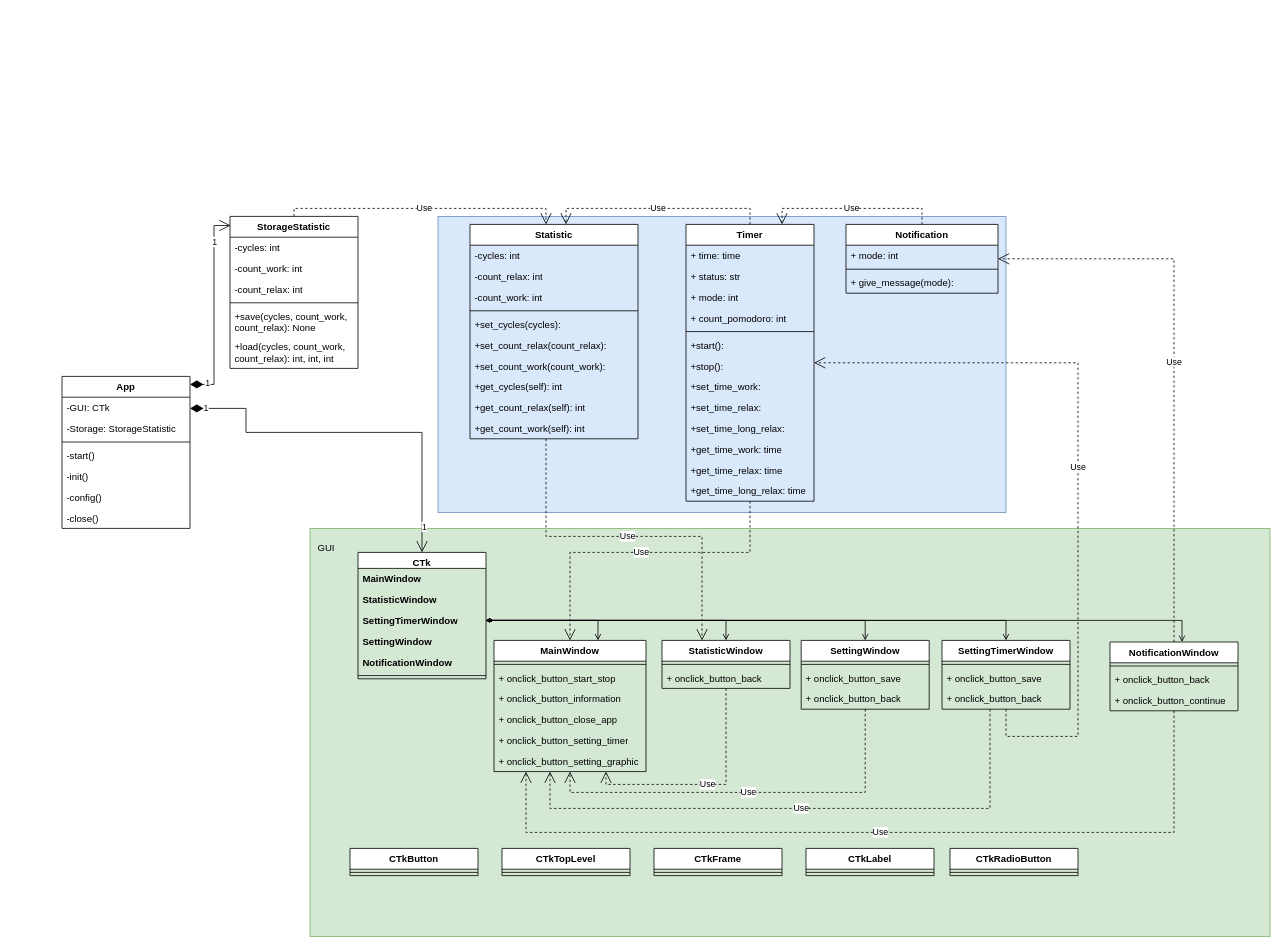
Above: resources/class diagrams.drawio in suchok94/project_tomato (draw.io), before the change. Source tidied: cells renumbered, new cells numbered last; positions are measured from the earlier drawing's top-left corner, leaving out a move shared by most shapes. Both pictures are drawn from the tidied source at 80%, with x=0, y=0 at pixel (62, 208).
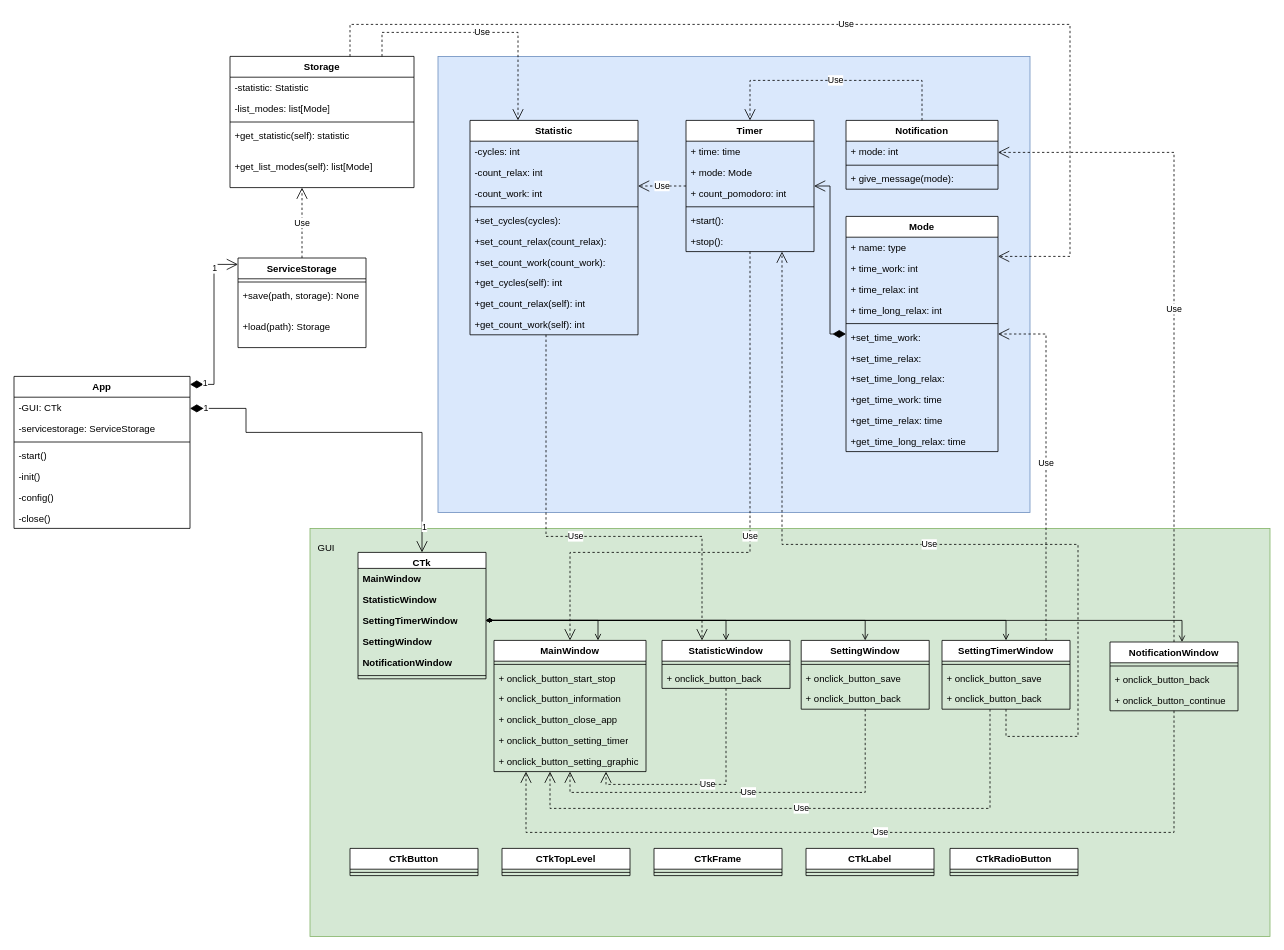
Above is the later version.

Commit message:
change diargamm classes

The change refers to these unchanged cells:
```xml
<mxCell id="39" value="SettingTimerWindow" style="swimlane;fontStyle=1;align=center;verticalAlign=top;horizontal=1;startSize=26;whiteSpace=wrap;html=1;" parent="1" vertex="1">
  <mxGeometry x="1100" y="540" width="160" height="86" as="geometry" />
</mxCell>
<mxCell id="101" value="NotificationWindow" style="swimlane;fontStyle=1;align=center;verticalAlign=top;horizontal=1;startSize=26;whiteSpace=wrap;html=1;" parent="1" vertex="1">
  <mxGeometry x="1310" y="542" width="160" height="86" as="geometry" />
</mxCell>
```

The edit, as a diff of the source:
```diff
@@
     <mxCell id="2" style="rounded=0;whiteSpace=wrap;html=1;fillColor=#dae8fc;strokeColor=#6c8ebf;" parent="1" vertex="1">
-      <mxGeometry x="470" y="10" width="710" height="370" as="geometry" />
+      <mxGeometry x="470" y="-190" width="740" height="570" as="geometry" />
     </mxCell>
@@
     <mxCell id="4" value="Timer" style="swimlane;fontStyle=1;align=center;verticalAlign=top;horizontal=1;startSize=26;whiteSpace=wrap;html=1;" parent="1" vertex="1">
-      <mxGeometry x="780" y="20" width="160" height="346" as="geometry" />
+      <mxGeometry x="780" y="-110" width="160" height="164" as="geometry" />
     </mxCell>
@@
-    <mxCell id="6" value="+ status: str" style="text;strokeColor=none;fillColor=none;align=left;verticalAlign=top;spacingLeft=4;spacingRight=4;overflow=hidden;whiteSpace=wrap;html=1;" parent="4" vertex="1">
-      <mxGeometry y="52" width="160" height="26" as="geometry" />
-    </mxCell>
-    <mxCell id="7" value="+ mode: int" style="text;strokeColor=none;fillColor=none;align=left;verticalAlign=top;spacingLeft=4;spacingRight=4;overflow=hidden;whiteSpace=wrap;html=1;" parent="4" vertex="1">
-      <mxGeometry y="78" width="160" height="26" as="geometry" />
+    <mxCell id="7" value="+ mode: Mode" style="text;strokeColor=none;fillColor=none;align=left;verticalAlign=top;spacingLeft=4;spacingRight=4;overflow=hidden;whiteSpace=wrap;html=1;" parent="4" vertex="1">
+      <mxGeometry y="52" width="160" height="26" as="geometry" />
     </mxCell>
     <mxCell id="8" value="+ count_pomodoro: int" style="text;strokeColor=none;fillColor=none;align=left;verticalAlign=top;spacingLeft=4;spacingRight=4;overflow=hidden;whiteSpace=wrap;html=1;" parent="4" vertex="1">
-      <mxGeometry y="104" width="160" height="26" as="geometry" />
+      <mxGeometry y="78" width="160" height="26" as="geometry" />
     </mxCell>
     <mxCell id="9" style="line;strokeWidth=1;fillColor=none;align=left;verticalAlign=middle;spacingTop=-1;spacingLeft=3;spacingRight=3;labelPosition=right;strokeColor=inherit;" parent="4" vertex="1">
-      <mxGeometry y="130" width="160" height="8" as="geometry" />
+      <mxGeometry y="104" width="160" height="8" as="geometry" />
     </mxCell>
     <mxCell id="10" value="+start():&amp;nbsp;" style="text;strokeColor=none;fillColor=none;align=left;verticalAlign=top;spacingLeft=4;spacingRight=4;overflow=hidden;whiteSpace=wrap;html=1;" parent="4" vertex="1">
-      <mxGeometry y="138" width="160" height="26" as="geometry" />
+      <mxGeometry y="112" width="160" height="26" as="geometry" />
     </mxCell>
     <mxCell id="11" value="+stop():&amp;nbsp;" style="text;strokeColor=none;fillColor=none;align=left;verticalAlign=top;spacingLeft=4;spacingRight=4;overflow=hidden;whiteSpace=wrap;html=1;" parent="4" vertex="1">
-      <mxGeometry y="164" width="160" height="26" as="geometry" />
+      <mxGeometry y="138" width="160" height="26" as="geometry" />
     </mxCell>
-    <mxCell id="12" value="+set_time_work:&amp;nbsp;" style="text;strokeColor=none;fillColor=none;align=left;verticalAlign=top;spacingLeft=4;spacingRight=4;overflow=hidden;whiteSpace=wrap;html=1;" parent="4" vertex="1">
-      <mxGeometry y="190" width="160" height="26" as="geometry" />
-    </mxCell>
-    <mxCell id="13" value="+set_time_relax:&amp;nbsp;" style="text;strokeColor=none;fillColor=none;align=left;verticalAlign=top;spacingLeft=4;spacingRight=4;overflow=hidden;whiteSpace=wrap;html=1;" parent="4" vertex="1">
-      <mxGeometry y="216" width="160" height="26" as="geometry" />
-    </mxCell>
-    <mxCell id="14" value="+set_time_long_relax:&amp;nbsp;" style="text;strokeColor=none;fillColor=none;align=left;verticalAlign=top;spacingLeft=4;spacingRight=4;overflow=hidden;whiteSpace=wrap;html=1;" parent="4" vertex="1">
-      <mxGeometry y="242" width="160" height="26" as="geometry" />
-    </mxCell>
-    <mxCell id="15" value="+get_time_work: time" style="text;strokeColor=none;fillColor=none;align=left;verticalAlign=top;spacingLeft=4;spacingRight=4;overflow=hidden;whiteSpace=wrap;html=1;" parent="4" vertex="1">
-      <mxGeometry y="268" width="160" height="26" as="geometry" />
-    </mxCell>
-    <mxCell id="16" value="+get_time_relax: time" style="text;strokeColor=none;fillColor=none;align=left;verticalAlign=top;spacingLeft=4;spacingRight=4;overflow=hidden;whiteSpace=wrap;html=1;" parent="4" vertex="1">
-      <mxGeometry y="294" width="160" height="26" as="geometry" />
-    </mxCell>
-    <mxCell id="17" value="+get_time_long_relax: time" style="text;strokeColor=none;fillColor=none;align=left;verticalAlign=top;spacingLeft=4;spacingRight=4;overflow=hidden;whiteSpace=wrap;html=1;" parent="4" vertex="1">
-      <mxGeometry y="320" width="160" height="26" as="geometry" />
-    </mxCell>
-    <mxCell id="18" value="StorageStatistic" style="swimlane;fontStyle=1;align=center;verticalAlign=top;horizontal=1;startSize=26;whiteSpace=wrap;html=1;" parent="1" vertex="1">
-      <mxGeometry x="210" y="10" width="160" height="190" as="geometry" />
+    <mxCell id="18" value="Storage" style="swimlane;fontStyle=1;align=center;verticalAlign=top;horizontal=1;startSize=26;whiteSpace=wrap;html=1;" parent="1" vertex="1">
+      <mxGeometry x="210" y="-190" width="230" height="164" as="geometry" />
     </mxCell>
-    <mxCell id="19" value="-c&lt;span style=&quot;white-space-collapse: preserve;&quot; class=&quot;EzKURWReUAB5oZgtQNkl&quot;&gt;ycles&lt;/span&gt;: int" style="text;strokeColor=none;fillColor=none;align=left;verticalAlign=top;spacingLeft=4;spacingRight=4;overflow=hidden;whiteSpace=wrap;html=1;" parent="18" vertex="1">
-      <mxGeometry y="26" width="160" height="26" as="geometry" />
+    <mxCell id="19" value="-statistic: Statistic" style="text;strokeColor=none;fillColor=none;align=left;verticalAlign=top;spacingLeft=4;spacingRight=4;overflow=hidden;whiteSpace=wrap;html=1;" parent="18" vertex="1">
+      <mxGeometry y="26" width="230" height="26" as="geometry" />
     </mxCell>
-    <mxCell id="20" value="-count_work: int" style="text;strokeColor=none;fillColor=none;align=left;verticalAlign=top;spacingLeft=4;spacingRight=4;overflow=hidden;whiteSpace=wrap;html=1;" parent="18" vertex="1">
-      <mxGeometry y="52" width="160" height="26" as="geometry" />
+    <mxCell id="20" value="-list_modes: list[Mode]" style="text;strokeColor=none;fillColor=none;align=left;verticalAlign=top;spacingLeft=4;spacingRight=4;overflow=hidden;whiteSpace=wrap;html=1;" parent="18" vertex="1">
+      <mxGeometry y="52" width="230" height="26" as="geometry" />
     </mxCell>
-    <mxCell id="21" value="-count_relax: int" style="text;strokeColor=none;fillColor=none;align=left;verticalAlign=top;spacingLeft=4;spacingRight=4;overflow=hidden;whiteSpace=wrap;html=1;" parent="18" vertex="1">
-      <mxGeometry y="78" width="160" height="26" as="geometry" />
-    </mxCell>
     <mxCell id="22" style="line;strokeWidth=1;fillColor=none;align=left;verticalAlign=middle;spacingTop=-1;spacingLeft=3;spacingRight=3;labelPosition=right;strokeColor=inherit;" parent="18" vertex="1">
-      <mxGeometry y="104" width="160" height="8" as="geometry" />
+      <mxGeometry y="78" width="230" height="8" as="geometry" />
     </mxCell>
-    <mxCell id="23" value="+save(c&lt;span style=&quot;white-space-collapse: preserve;&quot; class=&quot;EzKURWReUAB5oZgtQNkl&quot;&gt;ycles&lt;/span&gt;, count_work, count_relax): None" style="text;strokeColor=none;fillColor=none;align=left;verticalAlign=top;spacingLeft=4;spacingRight=4;overflow=hidden;whiteSpace=wrap;html=1;" parent="18" vertex="1">
-      <mxGeometry y="112" width="160" height="38" as="geometry" />
+    <mxCell id="23" value="+get_statistic(self): statistic" style="text;strokeColor=none;fillColor=none;align=left;verticalAlign=top;spacingLeft=4;spacingRight=4;overflow=hidden;whiteSpace=wrap;html=1;" parent="18" vertex="1">
+      <mxGeometry y="86" width="230" height="38" as="geometry" />
     </mxCell>
-    <mxCell id="24" value="&lt;div&gt;+load&lt;span style=&quot;background-color: initial;&quot;&gt;(&lt;/span&gt;c&lt;span style=&quot;white-space-collapse: preserve;&quot; class=&quot;EzKURWReUAB5oZgtQNkl&quot;&gt;ycles&lt;/span&gt;&lt;span style=&quot;background-color: initial;&quot;&gt;, count_work, count_relax)&lt;/span&gt;&lt;span style=&quot;background-color: initial;&quot;&gt;: int, int, int&lt;/span&gt;&lt;/div&gt;" style="text;strokeColor=none;fillColor=none;align=left;verticalAlign=top;spacingLeft=4;spacingRight=4;overflow=hidden;whiteSpace=wrap;html=1;" parent="18" vertex="1">
-      <mxGeometry y="150" width="160" height="40" as="geometry" />
+    <mxCell id="24" value="&lt;div&gt;+get_list_modes&lt;span style=&quot;background-color: initial;&quot;&gt;(self&lt;/span&gt;&lt;span style=&quot;background-color: initial;&quot;&gt;)&lt;/span&gt;&lt;span style=&quot;background-color: initial;&quot;&gt;: list[Mode]&lt;/span&gt;&lt;/div&gt;" style="text;strokeColor=none;fillColor=none;align=left;verticalAlign=top;spacingLeft=4;spacingRight=4;overflow=hidden;whiteSpace=wrap;html=1;" parent="18" vertex="1">
+      <mxGeometry y="124" width="230" height="40" as="geometry" />
     </mxCell>
@@
     <mxCell id="43" value="App" style="swimlane;fontStyle=1;align=center;verticalAlign=top;horizontal=1;startSize=26;whiteSpace=wrap;html=1;" parent="1" vertex="1">
-      <mxGeometry y="210" width="160" height="190" as="geometry" />
+      <mxGeometry x="-60" y="210" width="220" height="190" as="geometry" />
     </mxCell>
     <mxCell id="44" value="-GUI: CTk" style="text;strokeColor=none;fillColor=none;align=left;verticalAlign=top;spacingLeft=4;spacingRight=4;overflow=hidden;whiteSpace=wrap;html=1;" parent="43" vertex="1">
-      <mxGeometry y="26" width="160" height="26" as="geometry" />
+      <mxGeometry y="26" width="220" height="26" as="geometry" />
     </mxCell>
-    <mxCell id="45" value="-Storage: StorageStatistic" style="text;strokeColor=none;fillColor=none;align=left;verticalAlign=top;spacingLeft=4;spacingRight=4;overflow=hidden;whiteSpace=wrap;html=1;" parent="43" vertex="1">
-      <mxGeometry y="52" width="160" height="26" as="geometry" />
+    <mxCell id="45" value="-servicestorage: ServiceStorage" style="text;strokeColor=none;fillColor=none;align=left;verticalAlign=top;spacingLeft=4;spacingRight=4;overflow=hidden;whiteSpace=wrap;html=1;" parent="43" vertex="1">
+      <mxGeometry y="52" width="220" height="26" as="geometry" />
     </mxCell>
     <mxCell id="46" style="line;strokeWidth=1;fillColor=none;align=left;verticalAlign=middle;spacingTop=-1;spacingLeft=3;spacingRight=3;labelPosition=right;strokeColor=inherit;" parent="43" vertex="1">
-      <mxGeometry y="78" width="160" height="8" as="geometry" />
+      <mxGeometry y="78" width="220" height="8" as="geometry" />
     </mxCell>
     <mxCell id="47" value="-start()" style="text;strokeColor=none;fillColor=none;align=left;verticalAlign=top;spacingLeft=4;spacingRight=4;overflow=hidden;whiteSpace=wrap;html=1;" parent="43" vertex="1">
-      <mxGeometry y="86" width="160" height="26" as="geometry" />
+      <mxGeometry y="86" width="220" height="26" as="geometry" />
     </mxCell>
     <mxCell id="48" value="-init()" style="text;strokeColor=none;fillColor=none;align=left;verticalAlign=top;spacingLeft=4;spacingRight=4;overflow=hidden;whiteSpace=wrap;html=1;" parent="43" vertex="1">
-      <mxGeometry y="112" width="160" height="26" as="geometry" />
+      <mxGeometry y="112" width="220" height="26" as="geometry" />
     </mxCell>
     <mxCell id="49" value="-config()" style="text;strokeColor=none;fillColor=none;align=left;verticalAlign=top;spacingLeft=4;spacingRight=4;overflow=hidden;whiteSpace=wrap;html=1;" parent="43" vertex="1">
-      <mxGeometry y="138" width="160" height="26" as="geometry" />
+      <mxGeometry y="138" width="220" height="26" as="geometry" />
     </mxCell>
     <mxCell id="50" value="-close()" style="text;strokeColor=none;fillColor=none;align=left;verticalAlign=top;spacingLeft=4;spacingRight=4;overflow=hidden;whiteSpace=wrap;html=1;" parent="43" vertex="1">
-      <mxGeometry y="164" width="160" height="26" as="geometry" />
+      <mxGeometry y="164" width="220" height="26" as="geometry" />
     </mxCell>
@@
     <mxCell id="59" value="Statistic" style="swimlane;fontStyle=1;align=center;verticalAlign=top;horizontal=1;startSize=26;whiteSpace=wrap;html=1;" parent="1" vertex="1">
-      <mxGeometry x="510" y="20" width="210" height="268" as="geometry" />
+      <mxGeometry x="510" y="-110" width="210" height="268" as="geometry" />
     </mxCell>
@@
-    <mxCell id="80" style="endArrow=open;html=1;endSize=12;startArrow=diamondThin;startSize=14;startFill=1;edgeStyle=orthogonalEdgeStyle;align=left;verticalAlign=bottom;rounded=0;entryX=0.005;entryY=0.06;entryDx=0;entryDy=0;entryPerimeter=0;" parent="1" edge="1" source="43" target="18">
+    <mxCell id="80" style="endArrow=open;html=1;endSize=12;startArrow=diamondThin;startSize=14;startFill=1;edgeStyle=orthogonalEdgeStyle;align=left;verticalAlign=bottom;rounded=0;" parent="1" edge="1" source="43" target="110">
       <mxGeometry x="-1" y="3" relative="1" as="geometry">
         <Array as="points">
           <mxPoint x="190" y="220" />
-          <mxPoint x="190" y="21" />
+          <mxPoint x="190" y="70" />
         </Array>
       </mxGeometry>
     </mxCell>
@@
     <mxCell id="89" value="Use" style="endArrow=open;endSize=12;dashed=1;html=1;rounded=0;edgeStyle=orthogonalEdgeStyle;" parent="1" edge="1" source="18" target="59">
       <mxGeometry relative="1" as="geometry">
         <Array as="points">
-          <mxPoint x="290" />
+          <mxPoint x="400" y="-220" />
+          <mxPoint x="570" y="-220" />
+          <mxPoint x="570" />
           <mxPoint x="605" />
         </Array>
       </mxGeometry>
     </mxCell>
@@
     <mxCell id="91" value="Use" style="endArrow=open;endSize=12;dashed=1;html=1;rounded=0;edgeStyle=orthogonalEdgeStyle;" parent="1" edge="1" source="39" target="4">
       <mxGeometry relative="1" as="geometry">
         <Array as="points">
           <mxPoint x="1180" y="660" />
           <mxPoint x="1270" y="660" />
-          <mxPoint x="1270" y="193" />
+          <mxPoint x="1270" y="420" />
+          <mxPoint x="900" y="420" />
         </Array>
       </mxGeometry>
     </mxCell>
@@
     <mxCell id="97" value="&lt;span style=&quot;white-space-collapse: preserve;&quot; class=&quot;EzKURWReUAB5oZgtQNkl&quot;&gt;Notification&lt;/span&gt;" style="swimlane;fontStyle=1;align=center;verticalAlign=top;horizontal=1;startSize=26;whiteSpace=wrap;html=1;" parent="1" vertex="1">
-      <mxGeometry x="980" y="20" width="190" height="86" as="geometry" />
+      <mxGeometry x="980" y="-110" width="190" height="86" as="geometry" />
     </mxCell>
@@
     <mxCell id="107" value="Use" style="endArrow=open;endSize=12;dashed=1;html=1;rounded=0;edgeStyle=orthogonalEdgeStyle;" parent="1" edge="1" source="101" target="97">
       <mxGeometry relative="1" as="geometry">
         <Array as="points">
-          <mxPoint x="1390" y="63" />
+          <mxPoint x="1390" y="-70" />
         </Array>
       </mxGeometry>
     </mxCell>
     <mxCell id="108" value="Use" style="endArrow=open;endSize=12;dashed=1;html=1;rounded=0;edgeStyle=orthogonalEdgeStyle;" parent="1" edge="1" source="97" target="4">
       <mxGeometry relative="1" as="geometry">
         <Array as="points">
-          <mxPoint x="1075" />
-          <mxPoint x="900" />
+          <mxPoint x="1075" y="-160" />
+          <mxPoint x="860" y="-160" />
         </Array>
       </mxGeometry>
     </mxCell>
@@
+    <mxCell id="110" value="ServiceStorage" style="swimlane;fontStyle=1;align=center;verticalAlign=top;horizontal=1;startSize=26;whiteSpace=wrap;html=1;" parent="1" vertex="1">
+      <mxGeometry x="220" y="62" width="160" height="112" as="geometry" />
+    </mxCell>
+    <mxCell id="111" style="line;strokeWidth=1;fillColor=none;align=left;verticalAlign=middle;spacingTop=-1;spacingLeft=3;spacingRight=3;labelPosition=right;strokeColor=inherit;" parent="110" vertex="1">
+      <mxGeometry y="26" width="160" height="8" as="geometry" />
+    </mxCell>
+    <mxCell id="112" value="+save(path, storage): None" style="text;strokeColor=none;fillColor=none;align=left;verticalAlign=top;spacingLeft=4;spacingRight=4;overflow=hidden;whiteSpace=wrap;html=1;" parent="110" vertex="1">
+      <mxGeometry y="34" width="160" height="38" as="geometry" />
+    </mxCell>
+    <mxCell id="113" value="&lt;div&gt;+load&lt;span style=&quot;background-color: initial;&quot;&gt;(path&lt;/span&gt;&lt;span style=&quot;background-color: initial;&quot;&gt;)&lt;/span&gt;&lt;span style=&quot;background-color: initial;&quot;&gt;: Storage&lt;/span&gt;&lt;/div&gt;" style="text;strokeColor=none;fillColor=none;align=left;verticalAlign=top;spacingLeft=4;spacingRight=4;overflow=hidden;whiteSpace=wrap;html=1;" parent="110" vertex="1">
+      <mxGeometry y="72" width="160" height="40" as="geometry" />
+    </mxCell>
+    <mxCell id="114" value="Mode" style="swimlane;fontStyle=1;align=center;verticalAlign=top;horizontal=1;startSize=26;whiteSpace=wrap;html=1;" parent="1" vertex="1">
+      <mxGeometry x="980" y="10" width="190" height="294" as="geometry" />
+    </mxCell>
+    <mxCell id="115" value="+ name: type" style="text;strokeColor=none;fillColor=none;align=left;verticalAlign=top;spacingLeft=4;spacingRight=4;overflow=hidden;whiteSpace=wrap;html=1;" parent="114" vertex="1">
+      <mxGeometry y="26" width="190" height="26" as="geometry" />
+    </mxCell>
+    <mxCell id="116" value="+ time_work: int" style="text;strokeColor=none;fillColor=none;align=left;verticalAlign=top;spacingLeft=4;spacingRight=4;overflow=hidden;whiteSpace=wrap;html=1;" parent="114" vertex="1">
+      <mxGeometry y="52" width="190" height="26" as="geometry" />
+    </mxCell>
+    <mxCell id="117" value="+ time_relax: int" style="text;strokeColor=none;fillColor=none;align=left;verticalAlign=top;spacingLeft=4;spacingRight=4;overflow=hidden;whiteSpace=wrap;html=1;" parent="114" vertex="1">
+      <mxGeometry y="78" width="190" height="26" as="geometry" />
+    </mxCell>
+    <mxCell id="118" value="+ time_long_relax: int" style="text;strokeColor=none;fillColor=none;align=left;verticalAlign=top;spacingLeft=4;spacingRight=4;overflow=hidden;whiteSpace=wrap;html=1;" parent="114" vertex="1">
+      <mxGeometry y="104" width="190" height="26" as="geometry" />
+    </mxCell>
+    <mxCell id="119" style="line;strokeWidth=1;fillColor=none;align=left;verticalAlign=middle;spacingTop=-1;spacingLeft=3;spacingRight=3;labelPosition=right;strokeColor=inherit;" parent="114" vertex="1">
+      <mxGeometry y="130" width="190" height="8" as="geometry" />
+    </mxCell>
+    <mxCell id="12" value="+set_time_work:&amp;nbsp;" style="text;strokeColor=none;fillColor=none;align=left;verticalAlign=top;spacingLeft=4;spacingRight=4;overflow=hidden;whiteSpace=wrap;html=1;" parent="114" vertex="1">
+      <mxGeometry y="138" width="190" height="26" as="geometry" />
+    </mxCell>
+    <mxCell id="13" value="+set_time_relax:&amp;nbsp;" style="text;strokeColor=none;fillColor=none;align=left;verticalAlign=top;spacingLeft=4;spacingRight=4;overflow=hidden;whiteSpace=wrap;html=1;" parent="114" vertex="1">
+      <mxGeometry y="164" width="190" height="26" as="geometry" />
+    </mxCell>
+    <mxCell id="14" value="+set_time_long_relax:&amp;nbsp;" style="text;strokeColor=none;fillColor=none;align=left;verticalAlign=top;spacingLeft=4;spacingRight=4;overflow=hidden;whiteSpace=wrap;html=1;" parent="114" vertex="1">
+      <mxGeometry y="190" width="190" height="26" as="geometry" />
+    </mxCell>
+    <mxCell id="15" value="+get_time_work: time" style="text;strokeColor=none;fillColor=none;align=left;verticalAlign=top;spacingLeft=4;spacingRight=4;overflow=hidden;whiteSpace=wrap;html=1;" parent="114" vertex="1">
+      <mxGeometry y="216" width="190" height="26" as="geometry" />
+    </mxCell>
+    <mxCell id="16" value="+get_time_relax: time" style="text;strokeColor=none;fillColor=none;align=left;verticalAlign=top;spacingLeft=4;spacingRight=4;overflow=hidden;whiteSpace=wrap;html=1;" parent="114" vertex="1">
+      <mxGeometry y="242" width="190" height="26" as="geometry" />
+    </mxCell>
+    <mxCell id="17" value="+get_time_long_relax: time" style="text;strokeColor=none;fillColor=none;align=left;verticalAlign=top;spacingLeft=4;spacingRight=4;overflow=hidden;whiteSpace=wrap;html=1;" parent="114" vertex="1">
+      <mxGeometry y="268" width="190" height="26" as="geometry" />
+    </mxCell>
+    <mxCell id="120" style="endArrow=open;html=1;endSize=12;startArrow=diamondThin;startSize=14;startFill=1;edgeStyle=orthogonalEdgeStyle;align=left;verticalAlign=bottom;rounded=0;" parent="1" edge="1" source="114" target="4">
+      <mxGeometry x="-0.63" y="-17" relative="1" as="geometry" />
+    </mxCell>
+    <mxCell id="121" value="Use" style="endArrow=open;endSize=12;dashed=1;html=1;rounded=0;edgeStyle=orthogonalEdgeStyle;" parent="1" edge="1" source="39" target="114">
+      <mxGeometry relative="1" as="geometry">
+        <Array as="points">
+          <mxPoint x="1230" y="157" />
+        </Array>
+      </mxGeometry>
+    </mxCell>
+    <mxCell id="122" value="Use" style="endArrow=open;endSize=12;dashed=1;html=1;rounded=0;edgeStyle=orthogonalEdgeStyle;" parent="1" edge="1" source="110" target="18">
+      <mxGeometry relative="1" as="geometry">
+        <Array as="points">
+          <mxPoint x="280" y="-155" />
+        </Array>
+      </mxGeometry>
+    </mxCell>
+    <mxCell id="123" value="Use" style="endArrow=open;endSize=12;dashed=1;html=1;rounded=0;edgeStyle=orthogonalEdgeStyle;" parent="1" edge="1" source="18" target="114">
+      <mxGeometry relative="1" as="geometry">
+        <Array as="points">
+          <mxPoint x="360" y="-230" />
+          <mxPoint x="1260" y="-230" />
+          <mxPoint x="1260" y="60" />
+        </Array>
+      </mxGeometry>
+    </mxCell>
```
